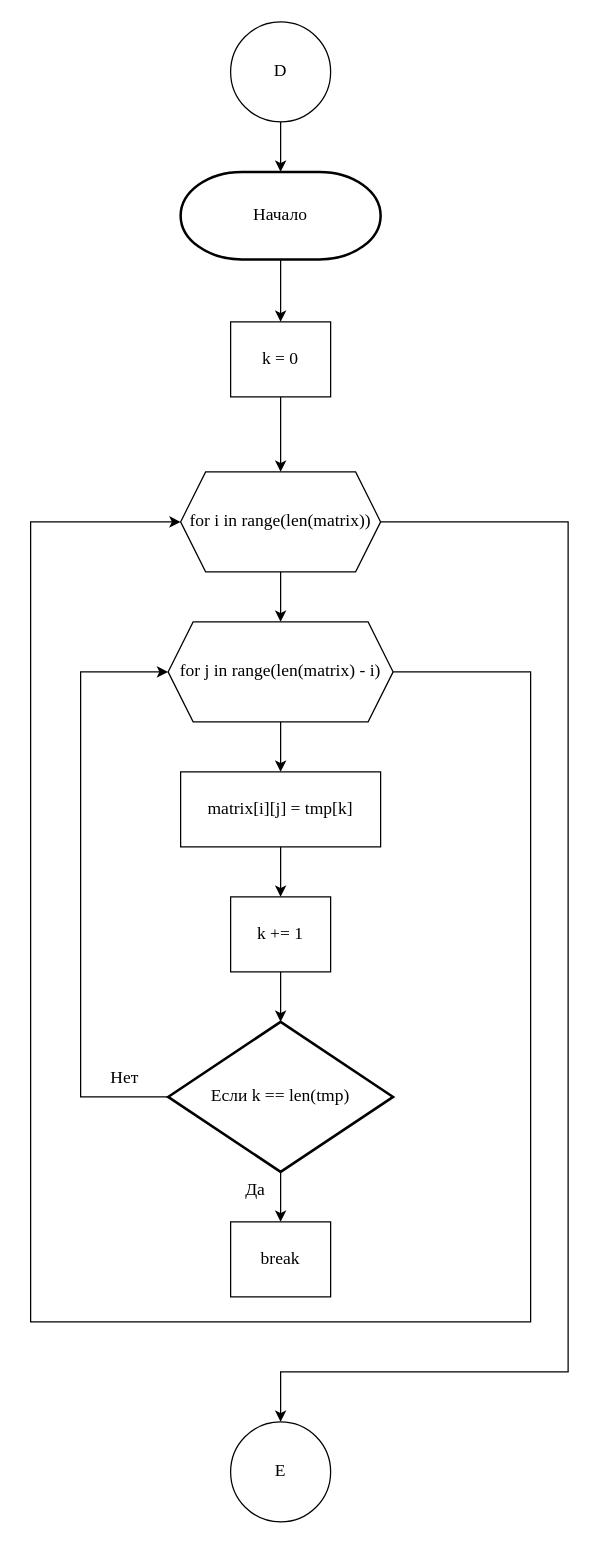
Before: page "Страница 6" (6 of 8) of 1 курс/1 семестр/Информатика/Практические работы/12/Диаграмма 12.drawio in Kirill010/RTU-MIREA, a draw.io diagram. Source tidied: cells renumbered, new cells numbered last; positions are measured from the earlier drawing's top-left corner, leaving out a move shared by most shapes. Both pictures are drawn from the tidied source at 125%, with x=0, y=0 at pixel (30, 21).
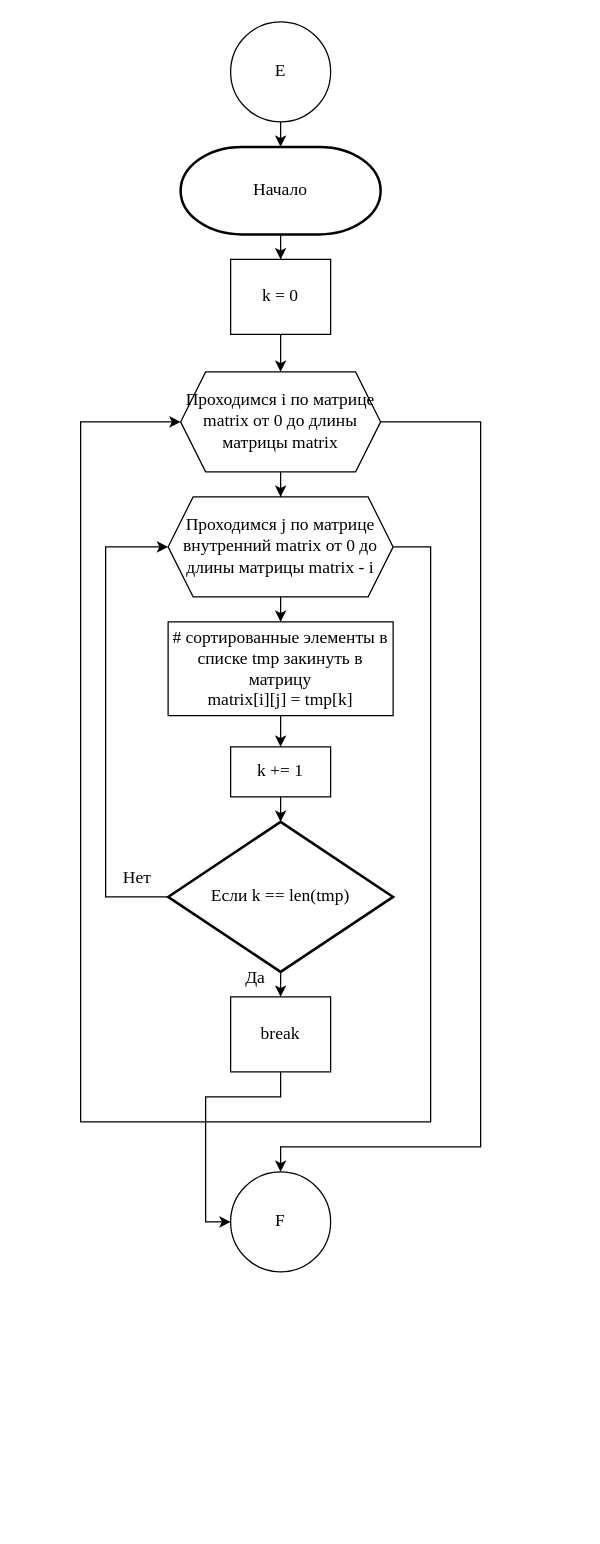
The same diagram, later.

Change to the diagram source:
```diff
@@
     <mxCell id="2" style="edgeStyle=orthogonalEdgeStyle;rounded=0;jettySize=auto;html=1;fontFamily=Times New Roman;fontSize=14;" parent="1" edge="1" source="3">
       <mxGeometry relative="1" as="geometry">
-        <mxPoint x="200" y="120" as="targetPoint" />
+        <mxPoint x="200" y="100" as="targetPoint" />
       </mxGeometry>
     </mxCell>
-    <mxCell id="3" value="D" style="ellipse;whiteSpace=wrap;html=1;fontFamily=Times New Roman;fontSize=14;" parent="1" vertex="1">
+    <mxCell id="3" value="E" style="ellipse;whiteSpace=wrap;html=1;fontFamily=Times New Roman;fontSize=14;" parent="1" vertex="1">
       <mxGeometry x="160" width="80" height="80" as="geometry" />
     </mxCell>
-    <mxCell id="4" style="edgeStyle=orthogonalEdgeStyle;rounded=0;jettySize=auto;html=1;fontFamily=Times New Roman;fontSize=14;" parent="1" edge="1" source="5">
-      <mxGeometry relative="1" as="geometry">
-        <mxPoint x="200" y="240" as="targetPoint" />
-      </mxGeometry>
-    </mxCell>
+    <mxCell id="25" style="edgeStyle=orthogonalEdgeStyle;rounded=0;jettySize=auto;html=1;entryX=0.5;entryY=0;entryDx=0;entryDy=0;fontSize=14;" parent="1" edge="1" source="5" target="21">
+      <mxGeometry relative="1" as="geometry" />
+    </mxCell>
     <mxCell id="5" value="&lt;font style=&quot;font-size: 14px;&quot; face=&quot;Times New Roman&quot;&gt;Начало&lt;/font&gt;" style="strokeWidth=2;html=1;shape=mxgraph.flowchart.terminator;whiteSpace=wrap;" parent="1" vertex="1">
-      <mxGeometry x="120" y="120" width="160" height="70" as="geometry" />
+      <mxGeometry x="120" y="100" width="160" height="70" as="geometry" />
     </mxCell>
-    <mxCell id="6" style="edgeStyle=orthogonalEdgeStyle;rounded=0;jettySize=auto;html=1;fontFamily=Times New Roman;fontSize=14;" parent="1" edge="1" source="8">
-      <mxGeometry relative="1" as="geometry">
-        <mxPoint x="200" y="480" as="targetPoint" />
-      </mxGeometry>
+    <mxCell id="6" style="edgeStyle=orthogonalEdgeStyle;rounded=0;jettySize=auto;html=1;fontFamily=Times New Roman;fontSize=14;entryX=0.5;entryY=0;entryDx=0;entryDy=0;" parent="1" edge="1" source="8" target="11">
+      <mxGeometry relative="1" as="geometry" />
     </mxCell>
-    <mxCell id="7" style="edgeStyle=orthogonalEdgeStyle;rounded=0;jettySize=auto;html=1;fontFamily=Times New Roman;fontSize=14;" parent="1" edge="1" source="8">
+    <mxCell id="7" style="edgeStyle=orthogonalEdgeStyle;rounded=0;jettySize=auto;html=1;fontFamily=Times New Roman;fontSize=14;entryX=0.5;entryY=0;entryDx=0;entryDy=0;" parent="1" edge="1" source="8" target="12">
       <mxGeometry relative="1" as="geometry">
-        <mxPoint x="200" y="1120" as="targetPoint" />
         <Array as="points">
-          <mxPoint x="430" y="400" />
-          <mxPoint x="430" y="1080" />
-          <mxPoint x="200" y="1080" />
+          <mxPoint x="360" y="320" />
+          <mxPoint x="360" y="900" />
+          <mxPoint x="200" y="900" />
         </Array>
       </mxGeometry>
     </mxCell>
-    <mxCell id="8" value="for i in range(len(matrix))" style="shape=hexagon;perimeter=hexagonPerimeter2;whiteSpace=wrap;html=1;fixedSize=1;fontFamily=Times New Roman;fontSize=14;" parent="1" vertex="1">
-      <mxGeometry x="120" y="360" width="160" height="80" as="geometry" />
+    <mxCell id="8" value="Проходимся i по матрице matrix от 0 до длины матрицы matrix" style="shape=hexagon;perimeter=hexagonPerimeter2;whiteSpace=wrap;html=1;fixedSize=1;fontFamily=Times New Roman;fontSize=14;" parent="1" vertex="1">
+      <mxGeometry x="120" y="280" width="160" height="80" as="geometry" />
     </mxCell>
-    <mxCell id="9" style="edgeStyle=orthogonalEdgeStyle;rounded=0;jettySize=auto;html=1;entryX=0.5;entryY=0;entryDx=0;entryDy=0;fontFamily=Times New Roman;fontSize=14;" parent="1" edge="1" source="11">
-      <mxGeometry relative="1" as="geometry">
-        <mxPoint x="200" y="600" as="targetPoint" />
-      </mxGeometry>
+    <mxCell id="9" style="edgeStyle=orthogonalEdgeStyle;rounded=0;jettySize=auto;html=1;entryX=0.5;entryY=0;entryDx=0;entryDy=0;fontFamily=Times New Roman;fontSize=14;" parent="1" edge="1" source="11" target="17">
+      <mxGeometry relative="1" as="geometry" />
     </mxCell>
     <mxCell id="10" style="edgeStyle=orthogonalEdgeStyle;rounded=0;jettySize=auto;html=1;fontFamily=Times New Roman;fontSize=14;entryX=0;entryY=0.5;entryDx=0;entryDy=0;" parent="1" edge="1" source="11" target="8">
       <mxGeometry relative="1" as="geometry">
         <Array as="points">
-          <mxPoint x="400" y="520" />
-          <mxPoint x="400" y="1040" />
-          <mxPoint y="1040" />
-          <mxPoint y="400" />
+          <mxPoint x="320" y="420" />
+          <mxPoint x="320" y="880" />
+          <mxPoint x="40" y="880" />
+          <mxPoint x="40" y="320" />
         </Array>
       </mxGeometry>
     </mxCell>
-    <mxCell id="11" value="for j in range(len(matrix) - i)" style="shape=hexagon;perimeter=hexagonPerimeter2;whiteSpace=wrap;html=1;fixedSize=1;fontFamily=Times New Roman;fontSize=14;" parent="1" vertex="1">
-      <mxGeometry x="110" y="480" width="180" height="80" as="geometry" />
+    <mxCell id="11" value="Проходимся j по матрице внутренний matrix от 0 до длины матрицы matrix - i" style="shape=hexagon;perimeter=hexagonPerimeter2;whiteSpace=wrap;html=1;fixedSize=1;fontFamily=Times New Roman;fontSize=14;" parent="1" vertex="1">
+      <mxGeometry x="110" y="380" width="180" height="80" as="geometry" />
     </mxCell>
-    <mxCell id="12" value="E" style="ellipse;whiteSpace=wrap;html=1;fontFamily=Times New Roman;fontSize=14;" parent="1" vertex="1">
-      <mxGeometry x="160" y="1120" width="80" height="80" as="geometry" />
+    <mxCell id="12" value="F" style="ellipse;whiteSpace=wrap;html=1;fontFamily=Times New Roman;fontSize=14;" parent="1" vertex="1">
+      <mxGeometry x="160" y="920" width="80" height="80" as="geometry" />
     </mxCell>
     <mxCell id="13" style="edgeStyle=orthogonalEdgeStyle;rounded=0;jettySize=auto;html=1;fontFamily=Times New Roman;fontSize=14;" parent="1" edge="1" source="15">
       <mxGeometry relative="1" as="geometry">
-        <mxPoint x="200" y="960" as="targetPoint" />
+        <mxPoint x="200" y="780" as="targetPoint" />
       </mxGeometry>
     </mxCell>
     <mxCell id="14" style="edgeStyle=orthogonalEdgeStyle;rounded=0;jettySize=auto;html=1;fontFamily=Times New Roman;fontSize=14;" parent="1" edge="1" source="15" target="11">
       <mxGeometry relative="1" as="geometry">
         <Array as="points">
-          <mxPoint x="40" y="860" />
-          <mxPoint x="40" y="520" />
+          <mxPoint x="60" y="700" />
+          <mxPoint x="60" y="420" />
         </Array>
       </mxGeometry>
     </mxCell>
     <mxCell id="15" value="Если k == len(tmp)" style="strokeWidth=2;html=1;shape=mxgraph.flowchart.decision;whiteSpace=wrap;fontFamily=Times New Roman;fontSize=14;" parent="1" vertex="1">
-      <mxGeometry x="110" y="800" width="180" height="120" as="geometry" />
+      <mxGeometry x="110" y="640" width="180" height="120" as="geometry" />
     </mxCell>
@@
-    <mxCell id="17" value="&lt;font style=&quot;font-size: 14px;&quot; face=&quot;Times New Roman&quot;&gt;matrix[i][j] = tmp[k]&lt;br&gt;&lt;/font&gt;" style="rounded=0;whiteSpace=wrap;html=1;" parent="1" vertex="1">
-      <mxGeometry x="120" y="600" width="160" height="60" as="geometry" />
+    <mxCell id="17" value="&lt;font style=&quot;font-size: 14px;&quot; face=&quot;Times New Roman&quot;&gt;# сортированные элементы в списке tmp закинуть в матрицу&lt;br&gt;matrix[i][j] = tmp[k]&lt;br&gt;&lt;/font&gt;" style="rounded=0;whiteSpace=wrap;html=1;" parent="1" vertex="1">
+      <mxGeometry x="110" y="480" width="180" height="75" as="geometry" />
     </mxCell>
     <mxCell id="18" value="Да" style="text;html=1;strokeColor=none;fillColor=none;align=center;verticalAlign=middle;whiteSpace=wrap;rounded=0;fontFamily=Times New Roman;fontSize=14;" parent="1" vertex="1">
-      <mxGeometry x="150" y="920" width="60" height="30" as="geometry" />
+      <mxGeometry x="150" y="750" width="60" height="30" as="geometry" />
     </mxCell>
     <mxCell id="19" value="Нет" style="text;html=1;align=center;verticalAlign=middle;strokeColor=none;fillColor=none;fontSize=14;fontFamily=Times New Roman;" parent="1" vertex="1">
-      <mxGeometry x="50" y="830" width="50" height="30" as="geometry" />
+      <mxGeometry x="60" y="670" width="50" height="30" as="geometry" />
     </mxCell>
     <mxCell id="20" style="edgeStyle=orthogonalEdgeStyle;rounded=0;jettySize=auto;html=1;fontFamily=Times New Roman;fontSize=14;" parent="1" edge="1" source="21">
       <mxGeometry relative="1" as="geometry">
-        <mxPoint x="200" y="360" as="targetPoint" />
+        <mxPoint x="200" y="280" as="targetPoint" />
       </mxGeometry>
     </mxCell>
     <mxCell id="21" value="&lt;font style=&quot;font-size: 14px;&quot; face=&quot;Times New Roman&quot;&gt;k = 0&lt;br&gt;&lt;/font&gt;" style="rounded=0;whiteSpace=wrap;html=1;" parent="1" vertex="1">
-      <mxGeometry x="160" y="240" width="80" height="60" as="geometry" />
+      <mxGeometry x="160" y="190" width="80" height="60" as="geometry" />
     </mxCell>
     <mxCell id="22" style="edgeStyle=orthogonalEdgeStyle;rounded=0;jettySize=auto;html=1;fontFamily=Times New Roman;fontSize=14;" parent="1" edge="1" source="23">
       <mxGeometry relative="1" as="geometry">
-        <mxPoint x="200" y="800" as="targetPoint" />
+        <mxPoint x="200" y="640" as="targetPoint" />
       </mxGeometry>
     </mxCell>
     <mxCell id="23" value="&lt;font style=&quot;font-size: 14px;&quot; face=&quot;Times New Roman&quot;&gt;k += 1&lt;br&gt;&lt;/font&gt;" style="rounded=0;whiteSpace=wrap;html=1;fontFamily=Times New Roman;fontSize=14;" parent="1" vertex="1">
-      <mxGeometry x="160" y="700" width="80" height="60" as="geometry" />
+      <mxGeometry x="160" y="580" width="80" height="40" as="geometry" />
     </mxCell>
+    <mxCell id="26" style="edgeStyle=orthogonalEdgeStyle;rounded=0;jettySize=auto;html=1;fontSize=14;entryX=0;entryY=0.5;entryDx=0;entryDy=0;" parent="1" edge="1" source="24" target="12">
+      <mxGeometry relative="1" as="geometry">
+        <Array as="points">
+          <mxPoint x="200" y="860" />
+          <mxPoint x="140" y="860" />
+          <mxPoint x="140" y="960" />
+        </Array>
+      </mxGeometry>
+    </mxCell>
     <mxCell id="24" value="&lt;font style=&quot;font-size: 14px;&quot; face=&quot;Times New Roman&quot;&gt;break&lt;br&gt;&lt;/font&gt;" style="rounded=0;whiteSpace=wrap;html=1;fontFamily=Times New Roman;fontSize=14;" parent="1" vertex="1">
-      <mxGeometry x="160" y="960" width="80" height="60" as="geometry" />
+      <mxGeometry x="160" y="780" width="80" height="60" as="geometry" />
     </mxCell>
```
